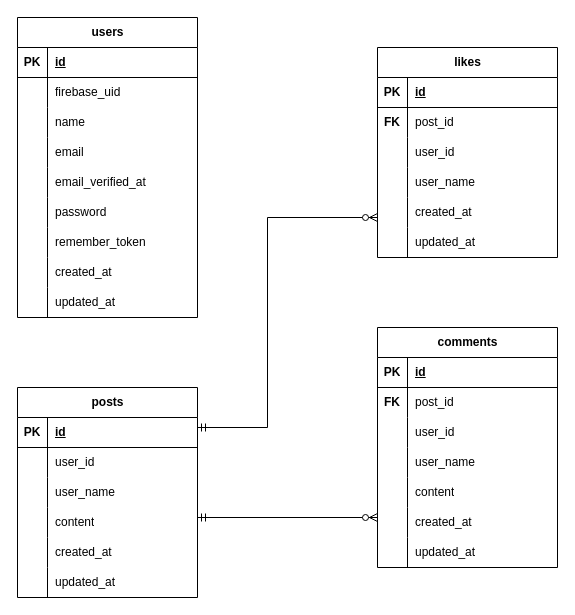
Before: src/SHARE-erd.drawio in ichiki925/SHARE-app, a draw.io diagram. Source tidied: cells renumbered, new cells numbered last; positions are measured from the earlier drawing's top-left corner, leaving out a move shared by most shapes. Both pictures are drawn from the tidied source at 100%, with x=0, y=0 at pixel (17, 17).
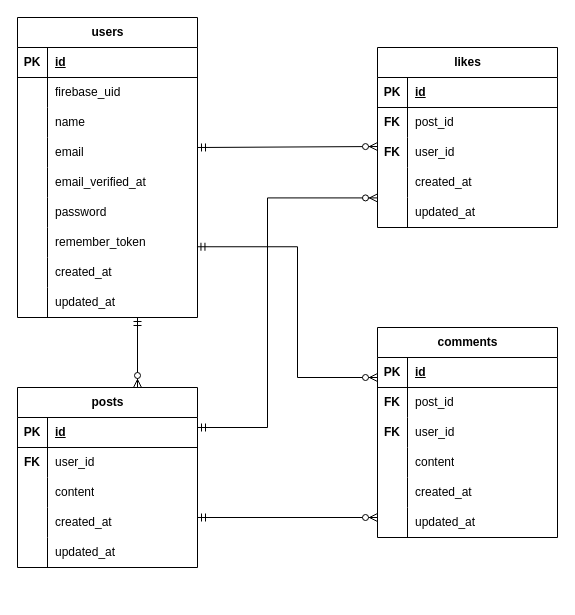
The same page after the edit.

The change refers to these unchanged cells:
```xml
<mxCell id="21" style="shape=tableRow;horizontal=0;startSize=0;swimlaneHead=0;swimlaneBody=0;fillColor=none;points=[[0,0.5],[1,0.5]];portConstraint=eastwest;top=0;left=0;right=0;bottom=0;rounded=0;" parent="2" vertex="1">
  <mxGeometry y="210" width="180" height="30" as="geometry" />
</mxCell>
<mxCell id="34" style="shape=tableRow;horizontal=0;startSize=0;swimlaneHead=0;swimlaneBody=0;fillColor=none;top=0;left=0;right=0;bottom=0;" parent="30" vertex="1">
  <mxGeometry y="60" width="180" height="30" as="geometry" />
</mxCell>
<mxCell id="56" style="shape=tableRow;horizontal=0;startSize=0;swimlaneHead=0;swimlaneBody=0;fillColor=none;points=[[0,0.5],[1,0.5]];portConstraint=eastwest;top=0;left=0;right=0;bottom=0;" parent="49" vertex="1">
  <mxGeometry y="90" width="180" height="30" as="geometry" />
</mxCell>
<mxCell id="75" style="shape=tableRow;horizontal=0;startSize=0;swimlaneHead=0;swimlaneBody=0;fillColor=none;top=0;left=0;right=0;bottom=0;" parent="68" vertex="1">
  <mxGeometry y="90" width="180" height="30" as="geometry" />
</mxCell>
```

Diff of the diagram source:
```diff
@@
     <mxCell id="30" value="posts" style="shape=table;startSize=30;childLayout=tableLayout;rowLines=0;fontStyle=1;align=center;html=1;" parent="1" vertex="1">
-      <mxGeometry y="370" width="180" height="210" as="geometry" />
+      <mxGeometry y="370" width="180" height="180" as="geometry" />
     </mxCell>
@@
-    <mxCell id="35" style="shape=partialRectangle;fillColor=none;top=0;left=0;bottom=0;right=0;overflow=hidden;whiteSpace=wrap;html=1;" parent="34" vertex="1">
+    <mxCell id="35" value="&lt;b&gt;FK&lt;/b&gt;" style="shape=partialRectangle;fillColor=none;top=0;left=0;bottom=0;right=0;overflow=hidden;whiteSpace=wrap;html=1;" parent="34" vertex="1">
       <mxGeometry width="30" height="30" as="geometry" />
     </mxCell>
@@
-    <mxCell id="37" style="shape=tableRow;horizontal=0;startSize=0;swimlaneHead=0;swimlaneBody=0;fillColor=none;top=0;left=0;right=0;bottom=0;" parent="30" vertex="1">
-      <mxGeometry y="90" width="180" height="30" as="geometry" />
-    </mxCell>
-    <mxCell id="38" style="shape=partialRectangle;fillColor=none;top=0;left=0;bottom=0;right=0;overflow=hidden;whiteSpace=wrap;html=1;" parent="37" vertex="1">
-      <mxGeometry width="30" height="30" as="geometry" />
-    </mxCell>
-    <mxCell id="39" value="user_name" style="shape=partialRectangle;fillColor=none;top=0;left=0;bottom=0;right=0;align=left;spacingLeft=6;overflow=hidden;whiteSpace=wrap;html=1;" parent="37" vertex="1">
-      <mxGeometry x="30" width="150" height="30" as="geometry" />
-    </mxCell>
     <mxCell id="40" style="shape=tableRow;horizontal=0;startSize=0;swimlaneHead=0;swimlaneBody=0;fillColor=none;top=0;left=0;right=0;bottom=0;" parent="30" vertex="1">
-      <mxGeometry y="120" width="180" height="30" as="geometry" />
+      <mxGeometry y="90" width="180" height="30" as="geometry" />
     </mxCell>
@@
     <mxCell id="43" style="shape=tableRow;horizontal=0;startSize=0;swimlaneHead=0;swimlaneBody=0;fillColor=none;top=0;left=0;right=0;bottom=0;" parent="30" vertex="1">
-      <mxGeometry y="150" width="180" height="30" as="geometry" />
+      <mxGeometry y="120" width="180" height="30" as="geometry" />
     </mxCell>
@@
     <mxCell id="46" style="shape=tableRow;horizontal=0;startSize=0;swimlaneHead=0;swimlaneBody=0;fillColor=none;top=0;left=0;right=0;bottom=0;" parent="30" vertex="1">
-      <mxGeometry y="180" width="180" height="30" as="geometry" />
+      <mxGeometry y="150" width="180" height="30" as="geometry" />
     </mxCell>
@@
     <mxCell id="49" value="likes" style="shape=table;startSize=30;childLayout=tableLayout;rowLines=0;fontStyle=1;align=center;html=1;" parent="1" vertex="1">
-      <mxGeometry x="360" y="30" width="180" height="210" as="geometry" />
+      <mxGeometry x="360" y="30" width="180" height="180" as="geometry" />
     </mxCell>
@@
-    <mxCell id="57" style="shape=partialRectangle;fillColor=none;top=0;left=0;bottom=0;right=0;overflow=hidden;whiteSpace=wrap;html=1;" parent="56" vertex="1">
+    <mxCell id="57" value="&lt;b&gt;FK&lt;/b&gt;" style="shape=partialRectangle;fillColor=none;top=0;left=0;bottom=0;right=0;overflow=hidden;whiteSpace=wrap;html=1;" parent="56" vertex="1">
       <mxGeometry width="30" height="30" as="geometry" />
     </mxCell>
@@
-    <mxCell id="59" style="shape=tableRow;horizontal=0;startSize=0;swimlaneHead=0;swimlaneBody=0;fillColor=none;top=0;left=0;right=0;bottom=0;" parent="49" vertex="1">
-      <mxGeometry y="120" width="180" height="30" as="geometry" />
-    </mxCell>
-    <mxCell id="60" style="shape=partialRectangle;fillColor=none;top=0;left=0;bottom=0;right=0;overflow=hidden;whiteSpace=wrap;html=1;" parent="59" vertex="1">
-      <mxGeometry width="30" height="30" as="geometry" />
-    </mxCell>
-    <mxCell id="61" value="user_name" style="shape=partialRectangle;fillColor=none;top=0;left=0;bottom=0;right=0;align=left;spacingLeft=6;overflow=hidden;whiteSpace=wrap;html=1;" parent="59" vertex="1">
-      <mxGeometry x="30" width="150" height="30" as="geometry" />
-    </mxCell>
     <mxCell id="62" style="shape=tableRow;horizontal=0;startSize=0;swimlaneHead=0;swimlaneBody=0;fillColor=none;top=0;left=0;right=0;bottom=0;" parent="49" vertex="1">
-      <mxGeometry y="150" width="180" height="30" as="geometry" />
+      <mxGeometry y="120" width="180" height="30" as="geometry" />
     </mxCell>
@@
     <mxCell id="65" style="shape=tableRow;horizontal=0;startSize=0;swimlaneHead=0;swimlaneBody=0;fillColor=none;points=[[0,0.5],[1,0.5]];portConstraint=eastwest;top=0;left=0;right=0;bottom=0;" parent="49" vertex="1">
-      <mxGeometry y="180" width="180" height="30" as="geometry" />
+      <mxGeometry y="150" width="180" height="30" as="geometry" />
     </mxCell>
@@
     <mxCell id="68" value="comments" style="shape=table;startSize=30;childLayout=tableLayout;rowLines=0;fontStyle=1;align=center;html=1;" parent="1" vertex="1">
-      <mxGeometry x="360" y="310" width="180" height="240" as="geometry" />
+      <mxGeometry x="360" y="310" width="180" height="210" as="geometry" />
     </mxCell>
@@
-    <mxCell id="76" style="shape=partialRectangle;fillColor=none;top=0;left=0;bottom=0;right=0;overflow=hidden;whiteSpace=wrap;html=1;" parent="75" vertex="1">
+    <mxCell id="76" value="&lt;b&gt;FK&lt;/b&gt;" style="shape=partialRectangle;fillColor=none;top=0;left=0;bottom=0;right=0;overflow=hidden;whiteSpace=wrap;html=1;" parent="75" vertex="1">
       <mxGeometry width="30" height="30" as="geometry" />
     </mxCell>
@@
-    <mxCell id="78" style="shape=tableRow;horizontal=0;startSize=0;swimlaneHead=0;swimlaneBody=0;fillColor=none;top=0;left=0;right=0;bottom=0;" parent="68" vertex="1">
-      <mxGeometry y="120" width="180" height="30" as="geometry" />
-    </mxCell>
-    <mxCell id="79" style="shape=partialRectangle;fillColor=none;top=0;left=0;bottom=0;right=0;overflow=hidden;whiteSpace=wrap;html=1;" parent="78" vertex="1">
-      <mxGeometry width="30" height="30" as="geometry" />
-    </mxCell>
-    <mxCell id="80" value="user_name" style="shape=partialRectangle;fillColor=none;top=0;left=0;bottom=0;right=0;align=left;spacingLeft=6;overflow=hidden;whiteSpace=wrap;html=1;" parent="78" vertex="1">
-      <mxGeometry x="30" width="150" height="30" as="geometry" />
-    </mxCell>
     <mxCell id="81" style="shape=tableRow;horizontal=0;startSize=0;swimlaneHead=0;swimlaneBody=0;fillColor=none;top=0;left=0;right=0;bottom=0;" parent="68" vertex="1">
-      <mxGeometry y="150" width="180" height="30" as="geometry" />
+      <mxGeometry y="120" width="180" height="30" as="geometry" />
     </mxCell>
@@
     <mxCell id="84" style="shape=tableRow;horizontal=0;startSize=0;swimlaneHead=0;swimlaneBody=0;fillColor=none;top=0;left=0;right=0;bottom=0;" parent="68" vertex="1">
-      <mxGeometry y="180" width="180" height="30" as="geometry" />
+      <mxGeometry y="150" width="180" height="30" as="geometry" />
     </mxCell>
@@
     <mxCell id="87" style="shape=tableRow;horizontal=0;startSize=0;swimlaneHead=0;swimlaneBody=0;fillColor=none;top=0;left=0;right=0;bottom=0;" parent="68" vertex="1">
-      <mxGeometry y="210" width="180" height="30" as="geometry" />
+      <mxGeometry y="180" width="180" height="30" as="geometry" />
     </mxCell>
@@
-    <mxCell id="91" style="edgeStyle=elbowEdgeStyle;fontSize=12;html=1;endArrow=ERzeroToMany;startArrow=ERmandOne;rounded=0;" parent="1" edge="1">
+    <mxCell id="91" style="edgeStyle=elbowEdgeStyle;fontSize=12;html=1;endArrow=ERzeroToMany;startArrow=ERmandOne;rounded=0;entryX=0;entryY=0.014;entryDx=0;entryDy=0;entryPerimeter=0;" parent="1" edge="1" target="65">
       <mxGeometry relative="1" as="geometry">
         <mxPoint x="180" y="410" as="sourcePoint" />
-        <mxPoint x="360" y="200" as="targetPoint" />
         <Array as="points">
           <mxPoint x="250" y="310" />
         </Array>
       </mxGeometry>
     </mxCell>
+    <mxCell id="92" style="fontSize=12;html=1;endArrow=ERzeroToMany;startArrow=ERmandOne;rounded=0;entryX=0;entryY=0.301;entryDx=0;entryDy=0;entryPerimeter=0;" parent="1" edge="1" target="56">
+      <mxGeometry relative="1" as="geometry">
+        <mxPoint x="180" y="130" as="sourcePoint" />
+      </mxGeometry>
+    </mxCell>
+    <mxCell id="93" style="fontSize=12;html=1;endArrow=ERzeroToMany;startArrow=ERmandOne;rounded=0;" parent="1" edge="1">
+      <mxGeometry relative="1" as="geometry">
+        <mxPoint x="120" y="300" as="sourcePoint" />
+        <mxPoint x="120" y="370" as="targetPoint" />
+      </mxGeometry>
+    </mxCell>
+    <mxCell id="94" style="edgeStyle=elbowEdgeStyle;fontSize=12;html=1;endArrow=ERzeroToMany;startArrow=ERmandOne;rounded=0;exitX=0.997;exitY=0.642;exitDx=0;exitDy=0;exitPerimeter=0;" parent="1" edge="1" source="21">
+      <mxGeometry relative="1" as="geometry">
+        <mxPoint x="360" y="360" as="targetPoint" />
+        <Array as="points">
+          <mxPoint x="280" y="410" />
+        </Array>
+      </mxGeometry>
+    </mxCell>
```
